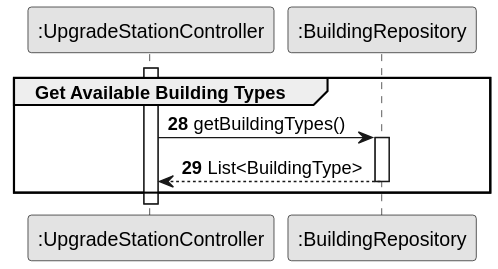
Earlier version of the PlantUML export docs/sprint3/us006/03.design/svg/us006-sd-partial-get-available-building-types.svg (ivasduarte/all-aboard). Its diagram source:
```plantuml
@startuml
skinparam monochrome true
skinparam packageStyle rectangle
skinparam shadowing false

participant ":UpgradeStationController" as ctrl
participant ":BuildingRepository" as bd

activate ctrl

autonumber 28

    group Get Available Building Types

        ctrl -> bd : getBuildingTypes()
        activate bd
        bd --> ctrl : List<BuildingType>
        deactivate bd

    end
@enduml
```
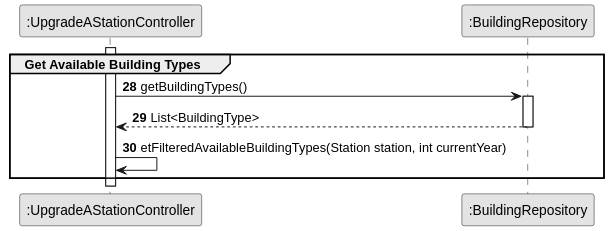
After the change.

What changed in the source:
```diff
@@ -3,7 +3,7 @@
 skinparam packageStyle rectangle
 skinparam shadowing false
 
-participant ":UpgradeStationController" as ctrl
+participant ":UpgradeAStationController" as ctrl
 participant ":BuildingRepository" as bd
 
 activate ctrl
@@ -16,6 +16,7 @@
         activate bd
         bd --> ctrl : List<BuildingType>
         deactivate bd
+        ctrl -> ctrl : etFilteredAvailableBuildingTypes(Station station, int currentYear)
 
     end
 @enduml
```
